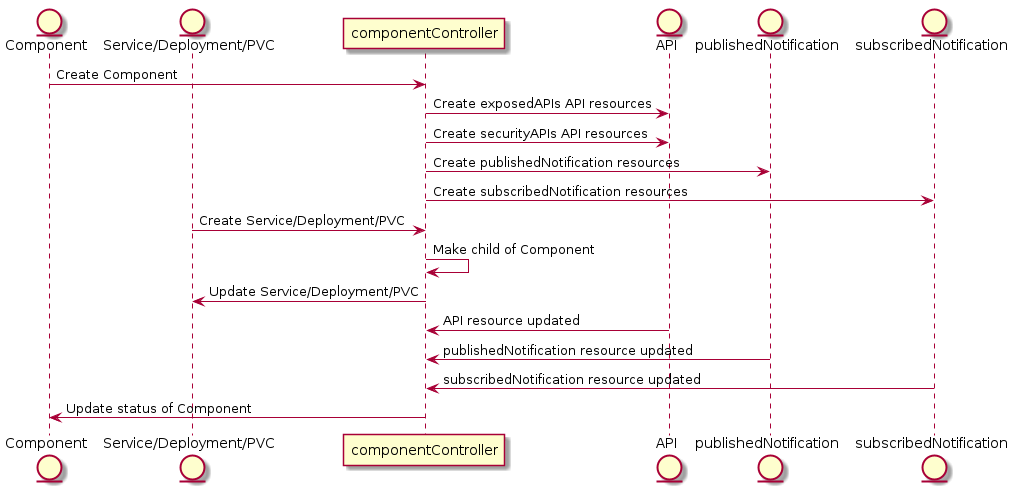
This is source/operators/componentOperator/sequenceDiagrams/componentOperator.png from tmforum-oda/oda-canvas, a PlantUML export, as it was before one commit. Its source is kept beside it as source/operators/componentOperator/sequenceDiagrams/componentOperator.puml.
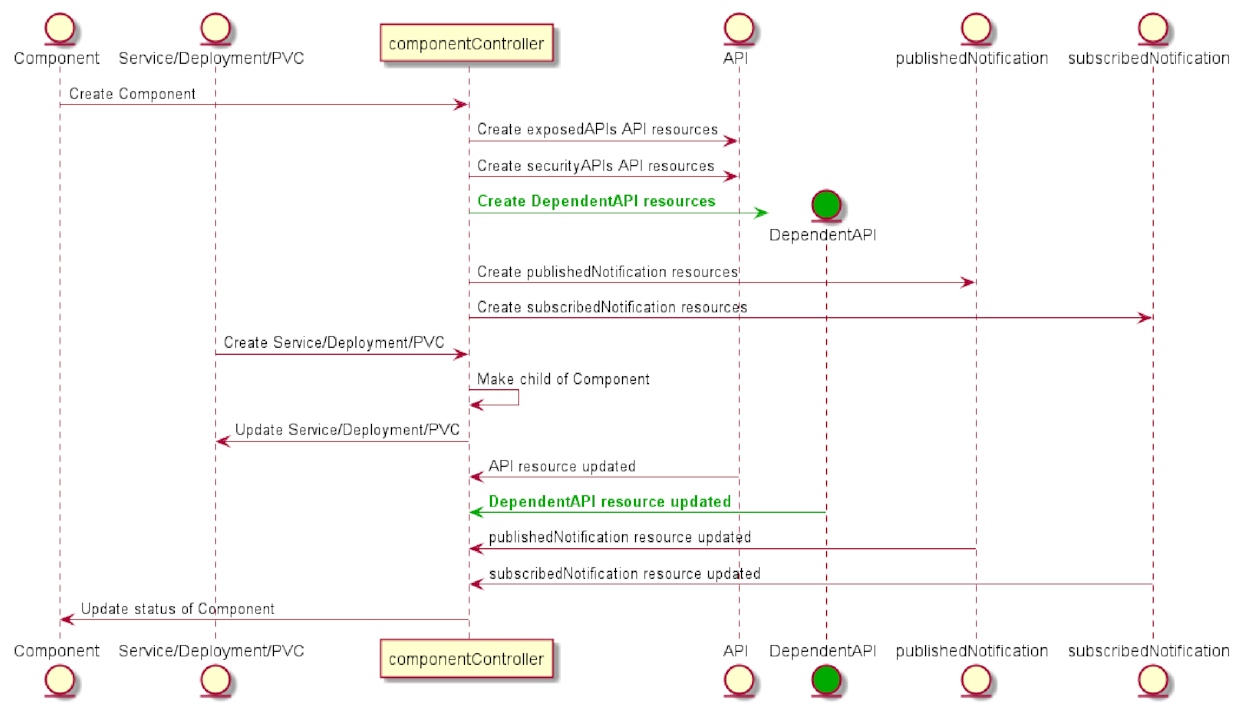
Above is the later version.

Commit message:
update sequence diagram for component operator.

Diff of the diagram source:
```diff
@@ -5,14 +5,14 @@
 entity "Service/Deployment/PVC"
 participant componentController
 entity API
-entity ComponentVault #00AA00
+entity DependentAPI #00AA00
 entity publishedNotification
 entity subscribedNotification
 
 Component-> componentController: Create Component
 componentController -> API: Create exposedAPIs API resources
 componentController -> API: Create securityAPIs API resources
-componentController -[#00AA00]> ComponentVault **: <b><color:#00AA00>Create ComponentVault resource</color></b>
+componentController -[#00AA00]> DependentAPI **: <b><color:#00AA00>Create DependentAPI resources</color></b>
 componentController -> publishedNotification: Create publishedNotification resources
 componentController -> subscribedNotification: Create subscribedNotification resources
 
@@ -22,7 +22,7 @@
 componentController-> "Service/Deployment/PVC": Update Service/Deployment/PVC
 
 API-> componentController: API resource updated
-ComponentVault-[#00AA00]> componentController : <b><color:#00AA00>ComponentVault resource updated</color></b>
+DependentAPI-[#00AA00]> componentController : <b><color:#00AA00>DependentAPI resource updated</color></b>
 publishedNotification-> componentController: publishedNotification resource updated
 subscribedNotification-> componentController: subscribedNotification resource updated
 componentController -> Component: Update status of Component
```
